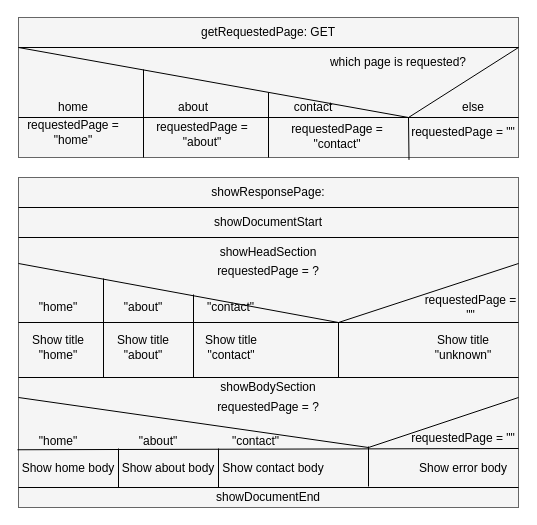
Before: Diagrams/PSD Opdracht 2.1.drawio in JeroenHeemskerk/educom-webshop-basis-1725865620, a draw.io diagram. Source tidied: cells renumbered, new cells numbered last; positions are measured from the earlier drawing's top-left corner, leaving out a move shared by most shapes. Both pictures are drawn from the tidied source at 100%, with x=0, y=0 at pixel (18, 17).
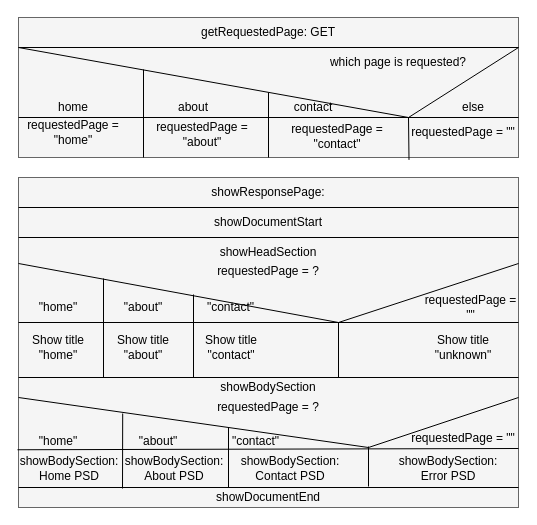
The same page after the edit.

Commit message:
showResponsePage PSD #6

Change to the diagram source:
```diff
@@
-    <mxCell id="54" value="Show home body" style="text;strokeColor=none;align=center;fillColor=none;html=1;verticalAlign=middle;whiteSpace=wrap;rounded=0;fontColor=#000000;" parent="1" vertex="1">
-      <mxGeometry y="436" width="100" height="30" as="geometry" />
+    <mxCell id="54" value="showBodySection: Home PSD" style="text;strokeColor=none;align=center;fillColor=none;html=1;verticalAlign=middle;whiteSpace=wrap;rounded=0;fontColor=#000000;" parent="1" vertex="1">
+      <mxGeometry x="1" y="436" width="100" height="30" as="geometry" />
     </mxCell>
-    <mxCell id="55" value="Show about body" style="text;strokeColor=none;align=center;fillColor=none;html=1;verticalAlign=middle;whiteSpace=wrap;rounded=0;fontColor=#000000;" parent="1" vertex="1">
-      <mxGeometry x="100" y="436" width="100" height="30" as="geometry" />
-    </mxCell>
-    <mxCell id="56" value="Show contact body" style="text;strokeColor=none;align=center;fillColor=none;html=1;verticalAlign=middle;whiteSpace=wrap;rounded=0;fontColor=#000000;" parent="1" vertex="1">
-      <mxGeometry x="200" y="436" width="110" height="30" as="geometry" />
-    </mxCell>
-    <mxCell id="57" value="Show error body" style="text;strokeColor=none;align=center;fillColor=none;html=1;verticalAlign=middle;whiteSpace=wrap;rounded=0;fontColor=#000000;" parent="1" vertex="1">
-      <mxGeometry x="395" y="436" width="100" height="30" as="geometry" />
-    </mxCell>
@@
     <mxCell id="63" style="edgeStyle=none;orthogonalLoop=1;jettySize=auto;html=1;strokeColor=#000000;fontColor=#000000;endArrow=none;endFill=0;" parent="1" edge="1">
       <mxGeometry relative="1" as="geometry">
-        <mxPoint x="200" y="431" as="sourcePoint" />
-        <mxPoint x="200" y="470" as="targetPoint" />
+        <mxPoint x="210" y="410" as="sourcePoint" />
+        <mxPoint x="210" y="470" as="targetPoint" />
       </mxGeometry>
     </mxCell>
-    <mxCell id="64" style="edgeStyle=none;orthogonalLoop=1;jettySize=auto;html=1;strokeColor=#000000;fontColor=#000000;endArrow=none;endFill=0;" parent="1" edge="1">
+    <mxCell id="64" style="edgeStyle=none;orthogonalLoop=1;jettySize=auto;html=1;strokeColor=#000000;fontColor=#000000;endArrow=none;endFill=0;exitX=0.053;exitY=0;exitDx=0;exitDy=0;exitPerimeter=0;" parent="1" edge="1">
       <mxGeometry relative="1" as="geometry">
-        <mxPoint x="100" y="431" as="sourcePoint" />
-        <mxPoint x="100" y="470" as="targetPoint" />
+        <mxPoint x="104.2" y="396" as="sourcePoint" />
+        <mxPoint x="104" y="471" as="targetPoint" />
       </mxGeometry>
     </mxCell>
+    <mxCell id="65" value="showBodySection: About PSD" style="text;strokeColor=none;align=center;fillColor=none;html=1;verticalAlign=middle;whiteSpace=wrap;rounded=0;fontColor=#000000;" parent="1" vertex="1">
+      <mxGeometry x="105.5" y="436" width="100" height="30" as="geometry" />
+    </mxCell>
+    <mxCell id="66" value="showBodySection: Contact PSD" style="text;strokeColor=none;align=center;fillColor=none;html=1;verticalAlign=middle;whiteSpace=wrap;rounded=0;fontColor=#000000;" parent="1" vertex="1">
+      <mxGeometry x="222" y="436" width="100" height="30" as="geometry" />
+    </mxCell>
+    <mxCell id="67" value="showBodySection: Error PSD" style="text;strokeColor=none;align=center;fillColor=none;html=1;verticalAlign=middle;whiteSpace=wrap;rounded=0;fontColor=#000000;" parent="1" vertex="1">
+      <mxGeometry x="380" y="436" width="100" height="30" as="geometry" />
+    </mxCell>
```
